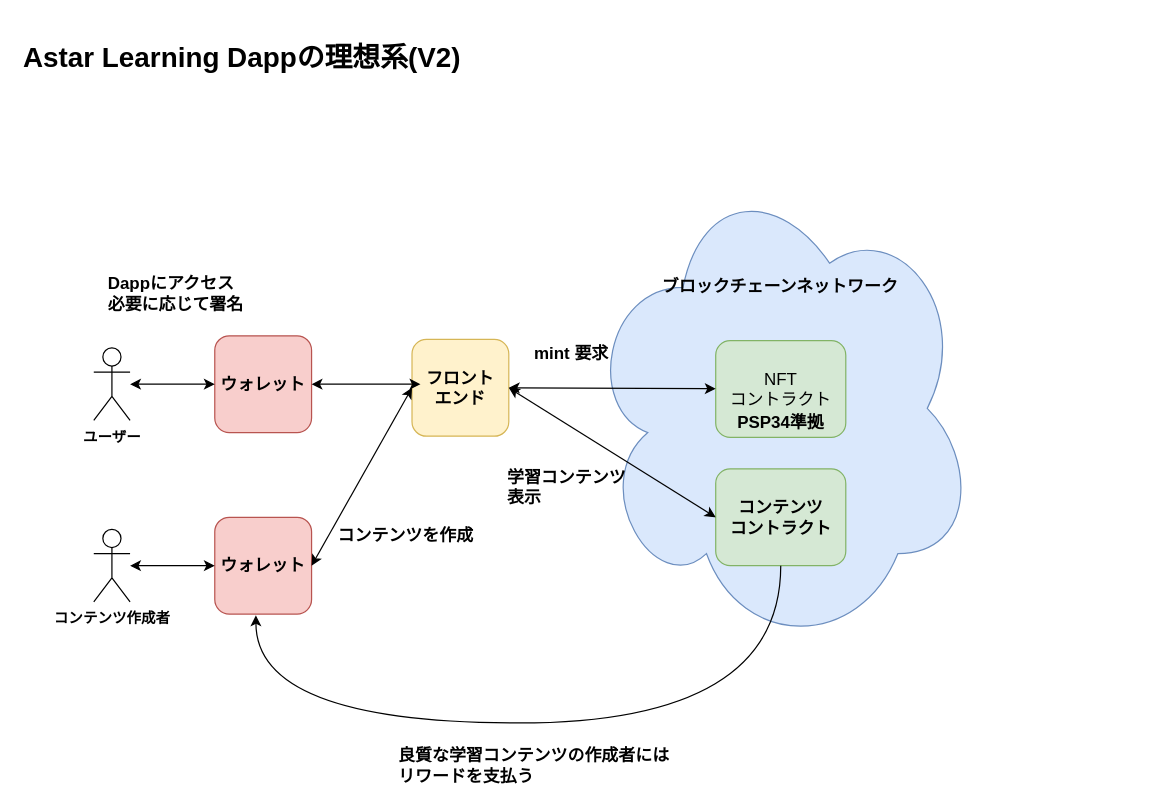
mashharuki/AstarLearning keeps this draw.io diagram as page "理想" (2 of 2) of docs/システム構成イメージ.drawio. Above is the earlier version. Source tidied: cells renumbered, new cells numbered last; positions are measured from the earlier drawing's top-left corner, leaving out a move shared by most shapes. Both pictures are drawn from the tidied source at 121%, with x=0, y=0 at pixel (21, 21).
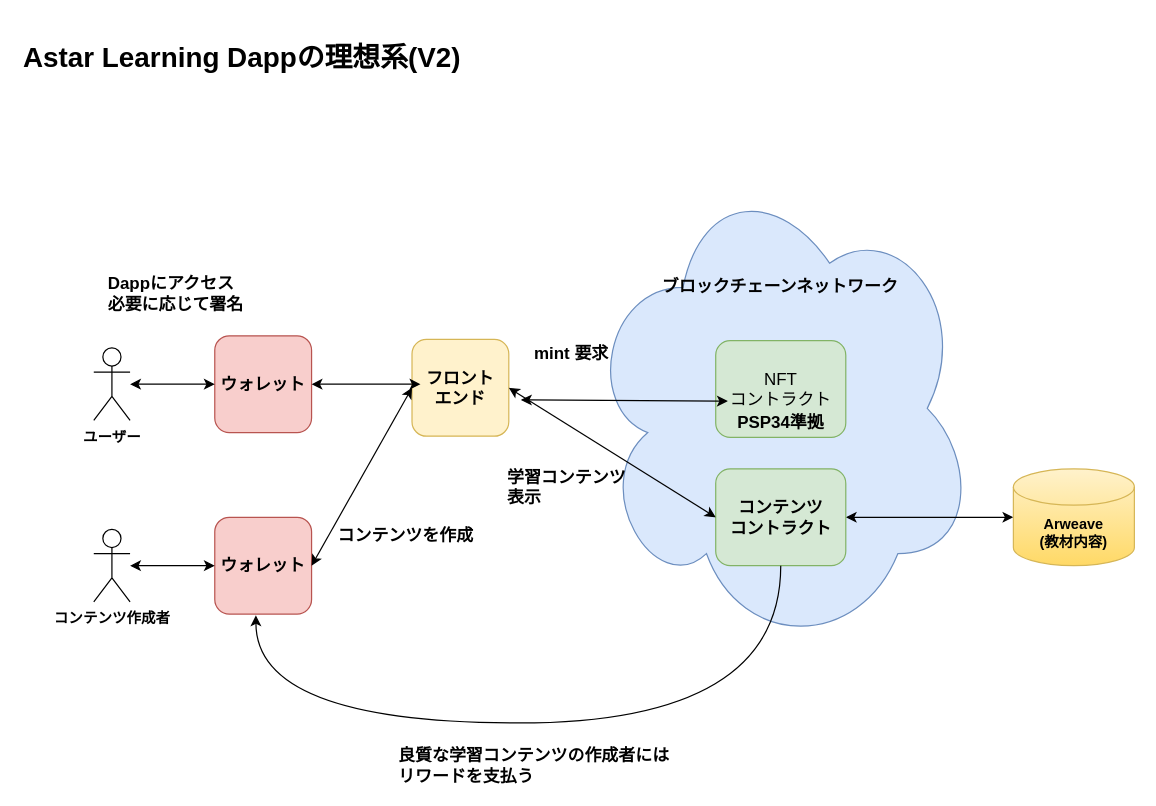
Above is the later version.

The change refers to these unchanged cells:
```xml
<mxCell id="5" value="フロント&lt;br&gt;エンド" style="rounded=1;whiteSpace=wrap;html=1;fontSize=14;fillColor=#fff2cc;strokeColor=#d6b656;fontStyle=1;" parent="1" vertex="1">
  <mxGeometry x="323" y="263" width="80" height="80" as="geometry" />
</mxCell>
<mxCell id="6" value="NFT&lt;br&gt;コントラクト" style="rounded=1;whiteSpace=wrap;html=1;fontSize=14;fillColor=#d5e8d4;strokeColor=#82b366;" parent="1" vertex="1">
  <mxGeometry x="574" y="264" width="107.5" height="80" as="geometry" />
</mxCell>
<mxCell id="14" value="コンテンツ&lt;br&gt;コントラクト" style="rounded=1;whiteSpace=wrap;html=1;fontSize=14;fillColor=#d5e8d4;strokeColor=#82b366;fontStyle=1;" parent="1" vertex="1">
  <mxGeometry x="574" y="370" width="107.5" height="80" as="geometry" />
</mxCell>
```

What changed in the source:
```diff
@@
-    <mxCell id="7" style="endArrow=classic;startArrow=classic;html=1;rounded=0;fontSize=14;exitX=1;exitY=0.5;exitDx=0;exitDy=0;" parent="1" edge="1" source="5" target="6">
+    <mxCell id="7" style="endArrow=classic;startArrow=classic;html=1;rounded=0;fontSize=14;exitX=1;exitY=0.5;exitDx=0;exitDy=0;entryX=0;entryY=0.5;entryDx=0;entryDy=0;entryPerimeter=0;" parent="1" edge="1" source="14" target="24">
       <mxGeometry relative="1" as="geometry" />
     </mxCell>
@@
+    <mxCell id="24" value="Arweave&lt;br&gt;(教材内容)" style="shape=cylinder3;whiteSpace=wrap;html=1;boundedLbl=1;backgroundOutline=1;size=15;fontStyle=1;fillColor=#fff2cc;gradientColor=#ffd966;strokeColor=#d6b656;" parent="1" vertex="1">
+      <mxGeometry x="820" y="370" width="100" height="80" as="geometry" />
+    </mxCell>
+    <mxCell id="25" style="endArrow=classic;startArrow=classic;html=1;rounded=0;fontSize=14;exitX=1;exitY=0.5;exitDx=0;exitDy=0;" parent="1" edge="1">
+      <mxGeometry relative="1" as="geometry">
+        <mxPoint x="413" y="313" as="sourcePoint" />
+        <mxPoint x="584" y="314" as="targetPoint" />
+      </mxGeometry>
+    </mxCell>
```
